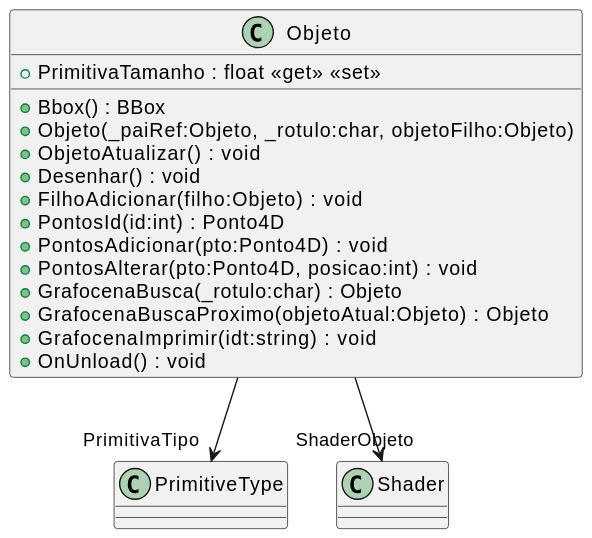
This is Unidade2/CG_N2_Exemplo/svg/plantuml/Objeto.svg from dalton-reis/CG_2024_1, a PlantUML export, as it was before one commit. The source it was exported from:
```plantuml
@startuml
class Objeto {
    + PrimitivaTamanho : float <<get>> <<set>>
    + Bbox() : BBox
    + Objeto(_paiRef:Objeto, _rotulo:char, objetoFilho:Objeto)
    + ObjetoAtualizar() : void
    + Desenhar() : void
    + FilhoAdicionar(filho:Objeto) : void
    + PontosId(id:int) : Ponto4D
    + PontosAdicionar(pto:Ponto4D) : void
    + PontosAlterar(pto:Ponto4D, posicao:int) : void
    + GrafocenaBusca(_rotulo:char) : Objeto
    + GrafocenaBuscaProximo(objetoAtual:Objeto) : Objeto
    + GrafocenaImprimir(idt:string) : void
    + OnUnload() : void
}
Objeto --> "PrimitivaTipo" PrimitiveType
Objeto --> "ShaderObjeto" Shader
@enduml
```
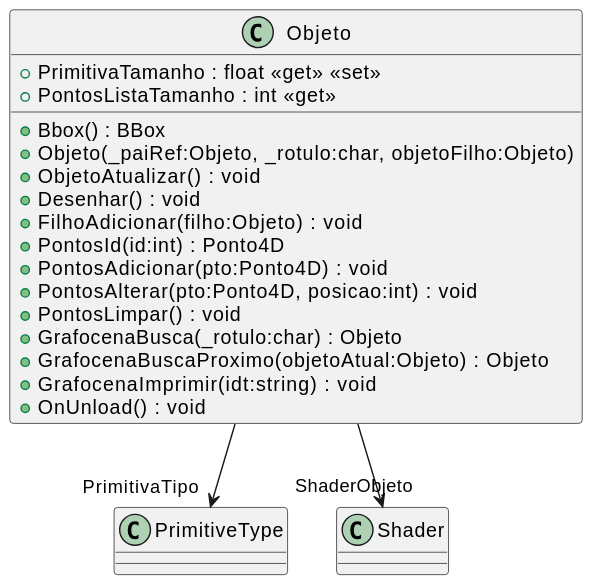
Later version of the same file.

Diff of the diagram source:
```diff
@@ -1,6 +1,7 @@
 @startuml
 class Objeto {
     + PrimitivaTamanho : float <<get>> <<set>>
+    + PontosListaTamanho : int <<get>>
     + Bbox() : BBox
     + Objeto(_paiRef:Objeto, _rotulo:char, objetoFilho:Objeto)
     + ObjetoAtualizar() : void
@@ -9,6 +10,7 @@
     + PontosId(id:int) : Ponto4D
     + PontosAdicionar(pto:Ponto4D) : void
     + PontosAlterar(pto:Ponto4D, posicao:int) : void
+    + PontosLimpar() : void
     + GrafocenaBusca(_rotulo:char) : Objeto
     + GrafocenaBuscaProximo(objetoAtual:Objeto) : Objeto
     + GrafocenaImprimir(idt:string) : void
```
